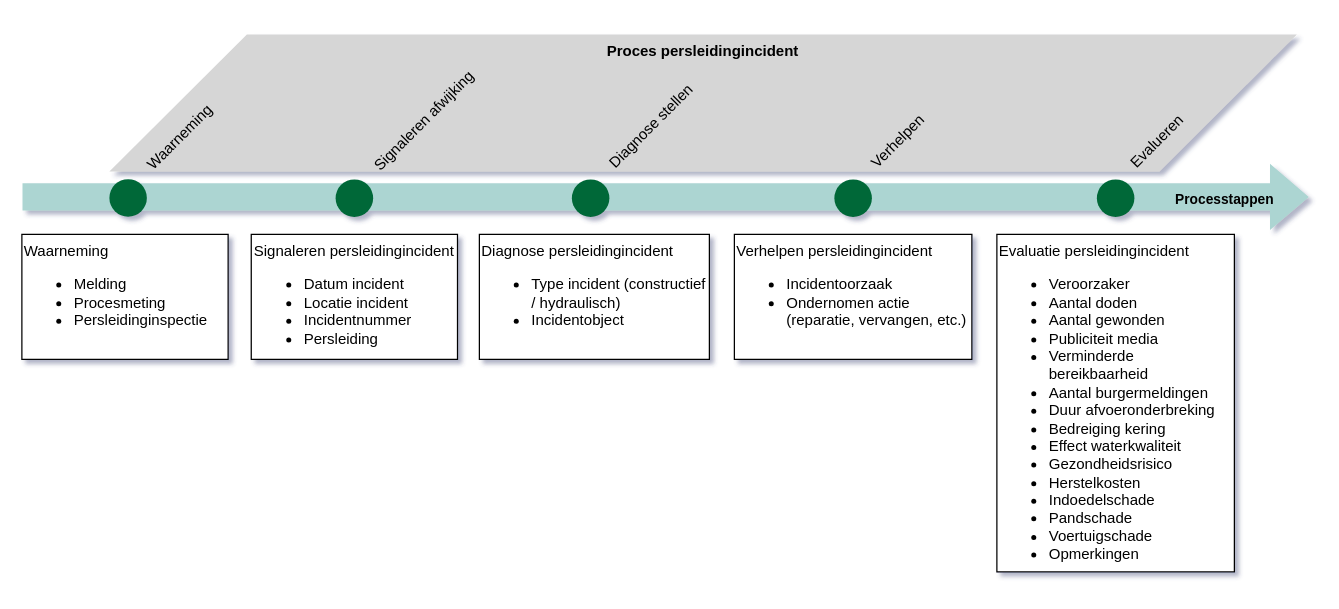
StichtingRIONED/gwsw-persleidingen keeps this draw.io diagram as media/PersleidingincidentDiagram.drawio. Above is the earlier version. Source tidied: cells renumbered, new cells numbered last; positions are measured from the earlier drawing's top-left corner, leaving out a move shared by most shapes. Both pictures are drawn from the tidied source at 125%, with x=0, y=0 at pixel (21, 34).
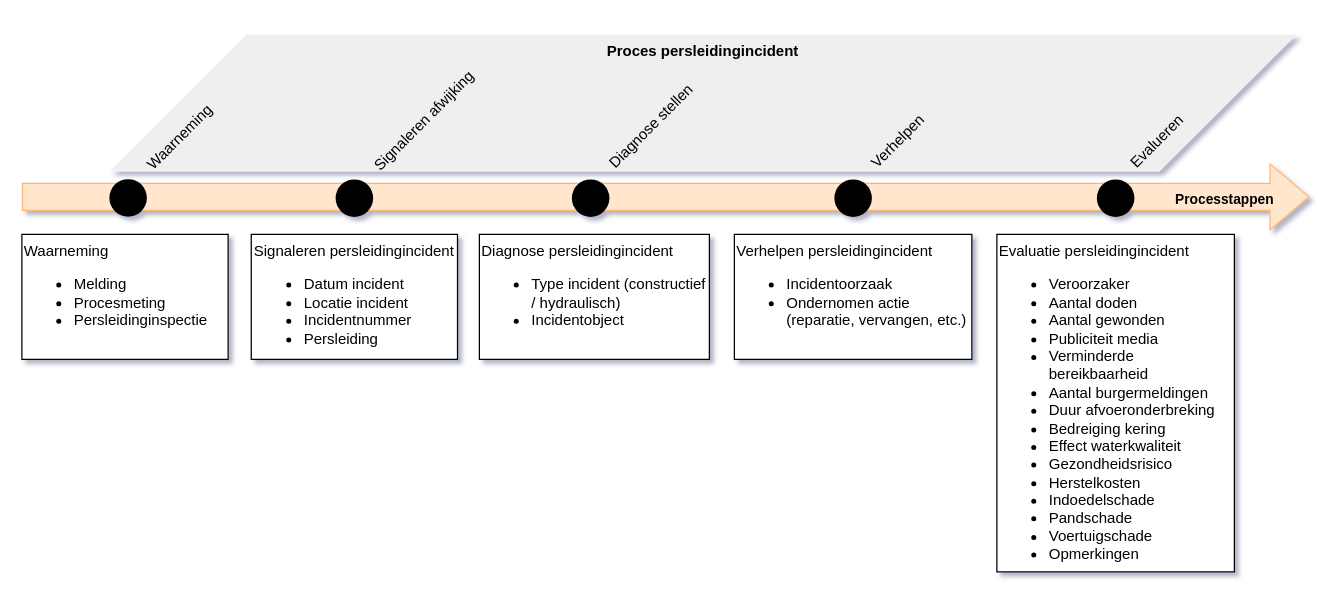
The same page after the edit.

Change to the diagram source:
```diff
@@
-    <mxCell id="2" value="Proces persleidingincident" style="shape=parallelogram;perimeter=parallelogramPerimeter;whiteSpace=wrap;html=1;fixedSize=1;size=110;horizontal=1;verticalAlign=top;fontFamily=arial;fontSize=12;fontStyle=1;strokeColor=none;fillColor=#D6D6D6;" parent="1" vertex="1">
+    <mxCell id="2" value="Proces persleidingincident" style="shape=parallelogram;perimeter=parallelogramPerimeter;whiteSpace=wrap;html=1;fixedSize=1;size=110;horizontal=1;verticalAlign=top;fontFamily=arial;fontSize=12;fontStyle=1;strokeColor=none;fillColor=#EFEFEF;" parent="1" vertex="1">
       <mxGeometry x="70" width="950" height="109.6" as="geometry" />
     </mxCell>
-    <mxCell id="3" style="shape=flexArrow;endArrow=classic;html=1;rounded=0;strokeColor=none;fillColor=#acd5d2;width=21.714285714285715;endSize=10;endWidth=30.285714285714285;fontFamily=arial;" parent="1" edge="1">
+    <mxCell id="3" style="shape=flexArrow;endArrow=classic;html=1;rounded=0;strokeColor=#FFB570;fillColor=#ffe6cc;width=21.714285714285715;endSize=10;endWidth=30.285714285714285;fontFamily=arial;" parent="1" edge="1">
       <mxGeometry relative="1" as="geometry">
         <mxPoint y="130" as="sourcePoint" />
         <mxPoint x="1030" y="130" as="targetPoint" />
       </mxGeometry>
     </mxCell>
@@
-    <mxCell id="5" style="ellipse;whiteSpace=wrap;html=1;strokeColor=none;fillColor=#006838;fontFamily=arial;" parent="1" vertex="1">
+    <mxCell id="5" style="ellipse;whiteSpace=wrap;html=1;strokeColor=none;fillColor=#000000;fontFamily=arial;" parent="1" vertex="1">
       <mxGeometry x="251" y="116" width="30" height="30" as="geometry" />
     </mxCell>
@@
-    <mxCell id="7" style="ellipse;whiteSpace=wrap;html=1;strokeColor=none;fillColor=#006838;fontFamily=arial;" parent="1" vertex="1">
+    <mxCell id="7" style="ellipse;whiteSpace=wrap;html=1;strokeColor=none;fillColor=#000000;fontFamily=arial;" parent="1" vertex="1">
       <mxGeometry x="440" y="116" width="30" height="30" as="geometry" />
     </mxCell>
@@
-    <mxCell id="9" style="ellipse;whiteSpace=wrap;html=1;strokeColor=none;fillColor=#006838;fontFamily=arial;direction=south;" parent="1" vertex="1">
+    <mxCell id="9" style="ellipse;whiteSpace=wrap;html=1;strokeColor=none;fillColor=#000000;fontFamily=arial;direction=south;" parent="1" vertex="1">
       <mxGeometry x="650" y="116" width="30" height="30" as="geometry" />
     </mxCell>
@@
-    <mxCell id="11" style="ellipse;whiteSpace=wrap;html=1;strokeColor=none;fillColor=#006838;fontFamily=arial;direction=south;" parent="1" vertex="1">
+    <mxCell id="11" style="ellipse;whiteSpace=wrap;html=1;strokeColor=none;fillColor=#000000;fontFamily=arial;direction=south;" parent="1" vertex="1">
       <mxGeometry x="860" y="116" width="30" height="30" as="geometry" />
     </mxCell>
@@
-    <mxCell id="17" style="ellipse;whiteSpace=wrap;html=1;strokeColor=none;fillColor=#006838;fontFamily=arial;" parent="1" vertex="1">
+    <mxCell id="17" style="ellipse;whiteSpace=wrap;html=1;strokeColor=none;fillColor=#000000;fontFamily=arial;" parent="1" vertex="1">
       <mxGeometry x="70" y="115.8" width="30" height="30" as="geometry" />
     </mxCell>
```
